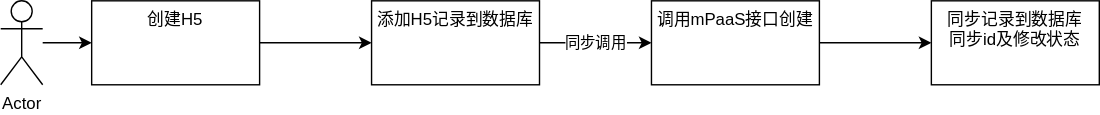
This is test.drawio.svg from cache9/drawio, a draw.io export, as it was before one commit. Source tidied: cells renumbered, new cells last; positions are measured from the earlier drawing's top-left corner, leaving out a move shared by most shapes.
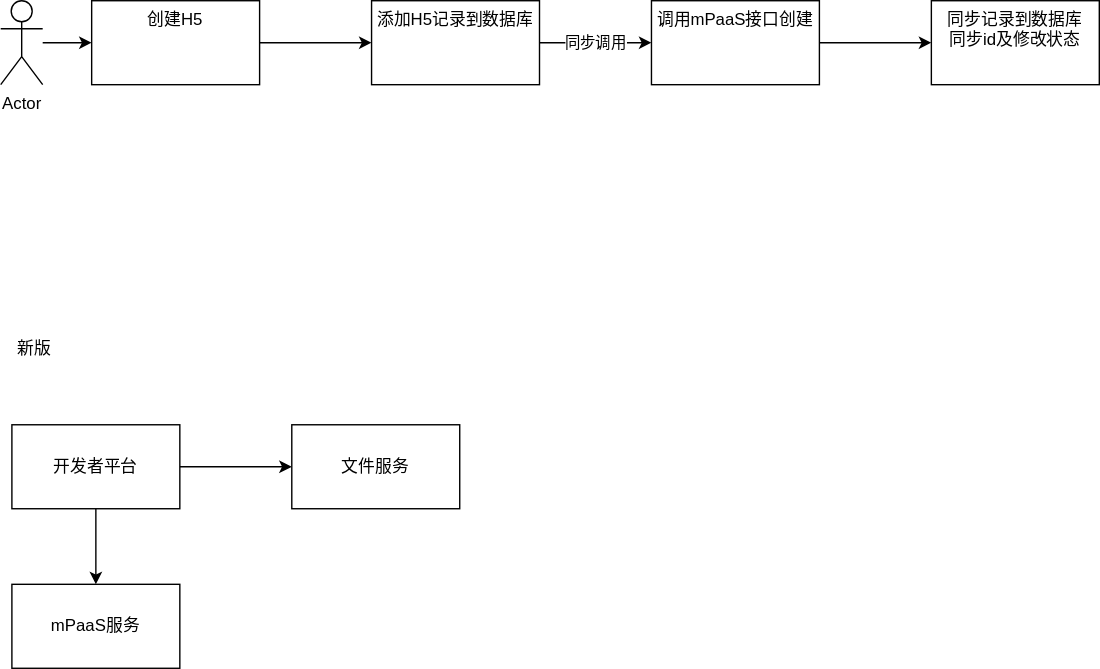
The same file after the commit.

What changed in the source:
```diff
@@ -29,5 +29,23 @@
     <mxCell id="10" value="同步记录到数据库&lt;br&gt;同步id及修改状态" style="whiteSpace=wrap;html=1;verticalAlign=top;" parent="1" vertex="1">
       <mxGeometry x="665" width="120" height="60" as="geometry" />
     </mxCell>
+    <mxCell id="11" style="edgeStyle=orthogonalEdgeStyle;rounded=0;jettySize=auto;html=1;" parent="1" edge="1" source="13" target="14">
+      <mxGeometry relative="1" as="geometry" />
+    </mxCell>
+    <mxCell id="12" style="edgeStyle=orthogonalEdgeStyle;rounded=0;jettySize=auto;html=1;" parent="1" edge="1" source="13" target="15">
+      <mxGeometry relative="1" as="geometry" />
+    </mxCell>
+    <mxCell id="13" value="开发者平台" style="rounded=0;whiteSpace=wrap;html=1;" parent="1" vertex="1">
+      <mxGeometry x="8" y="303" width="120" height="60" as="geometry" />
+    </mxCell>
+    <mxCell id="14" value="文件服务" style="rounded=0;whiteSpace=wrap;html=1;" parent="1" vertex="1">
+      <mxGeometry x="208" y="303" width="120" height="60" as="geometry" />
+    </mxCell>
+    <mxCell id="15" value="mPaaS服务" style="rounded=0;whiteSpace=wrap;html=1;" parent="1" vertex="1">
+      <mxGeometry x="8" y="417" width="120" height="60" as="geometry" />
+    </mxCell>
+    <mxCell id="16" value="新版" style="text;html=1;align=center;verticalAlign=middle;strokeColor=none;fillColor=none;" parent="1" vertex="1">
+      <mxGeometry x="3" y="236" width="42" height="26" as="geometry" />
+    </mxCell>
   </root>
 </mxGraphModel>
```
